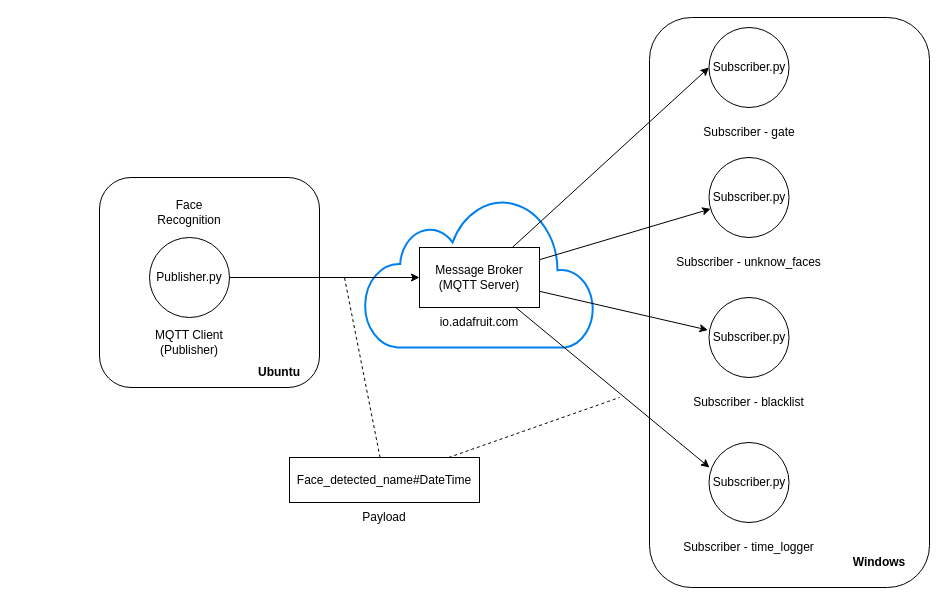
Above: solution architecture.drawio in herreramaxi/NCIRL-IOT-TABA (draw.io), before the change. Source tidied: cells renumbered, new cells numbered last; positions are measured from the earlier drawing's top-left corner, leaving out a move shared by most shapes. Both pictures are drawn from the tidied source at 100%, with x=0, y=0 at pixel (99, 17).
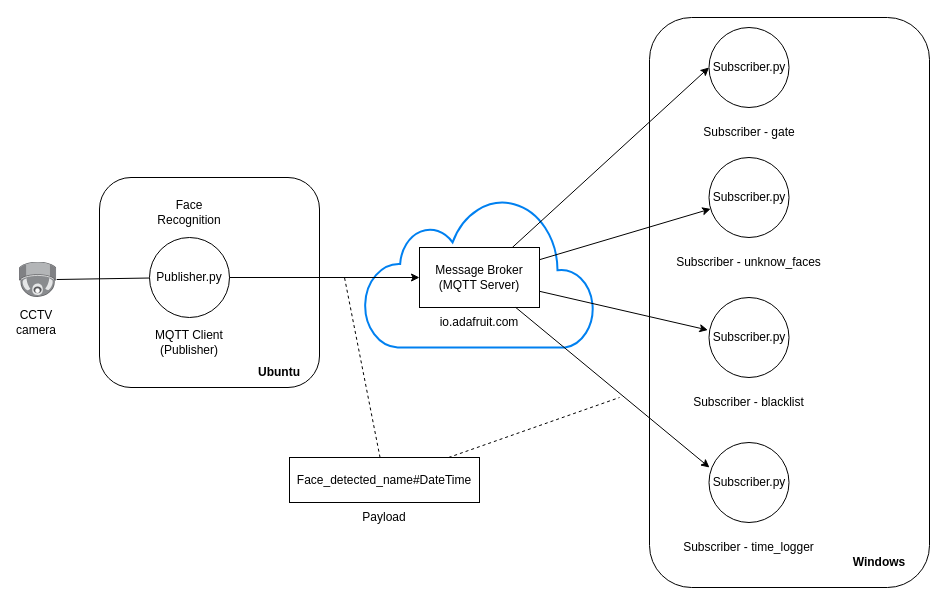
After the change.

Commit message (it also covers changes not shown here):
updating architecture diagram

The change refers to these unchanged cells:
```xml
<mxCell id="4" value="Publisher.py" style="ellipse;whiteSpace=wrap;html=1;" parent="1" vertex="1">
  <mxGeometry x="50" y="220" width="80" height="80" as="geometry" />
</mxCell>
```

Change to the diagram source:
```diff
@@
+    <mxCell id="29" style="rounded=0;jettySize=auto;html=1;endArrow=none;endFill=0;" parent="1" edge="1" source="30" target="4">
+      <mxGeometry relative="1" as="geometry" />
+    </mxCell>
+    <mxCell id="30" style="points=[];html=1;align=center;shadow=0;dashed=0;image;image=img/lib/allied_telesis/security/Surveillance_Camera_Ceiling.svg;" parent="1" vertex="1">
+      <mxGeometry x="-80" y="244.6" width="37.2" height="35.4" as="geometry" />
+    </mxCell>
+    <mxCell id="31" value="CCTV camera" style="text;html=1;strokeColor=none;fillColor=none;align=center;verticalAlign=middle;whiteSpace=wrap;rounded=0;" parent="1" vertex="1">
+      <mxGeometry x="-82.8" y="295" width="40" height="20" as="geometry" />
+    </mxCell>
```
